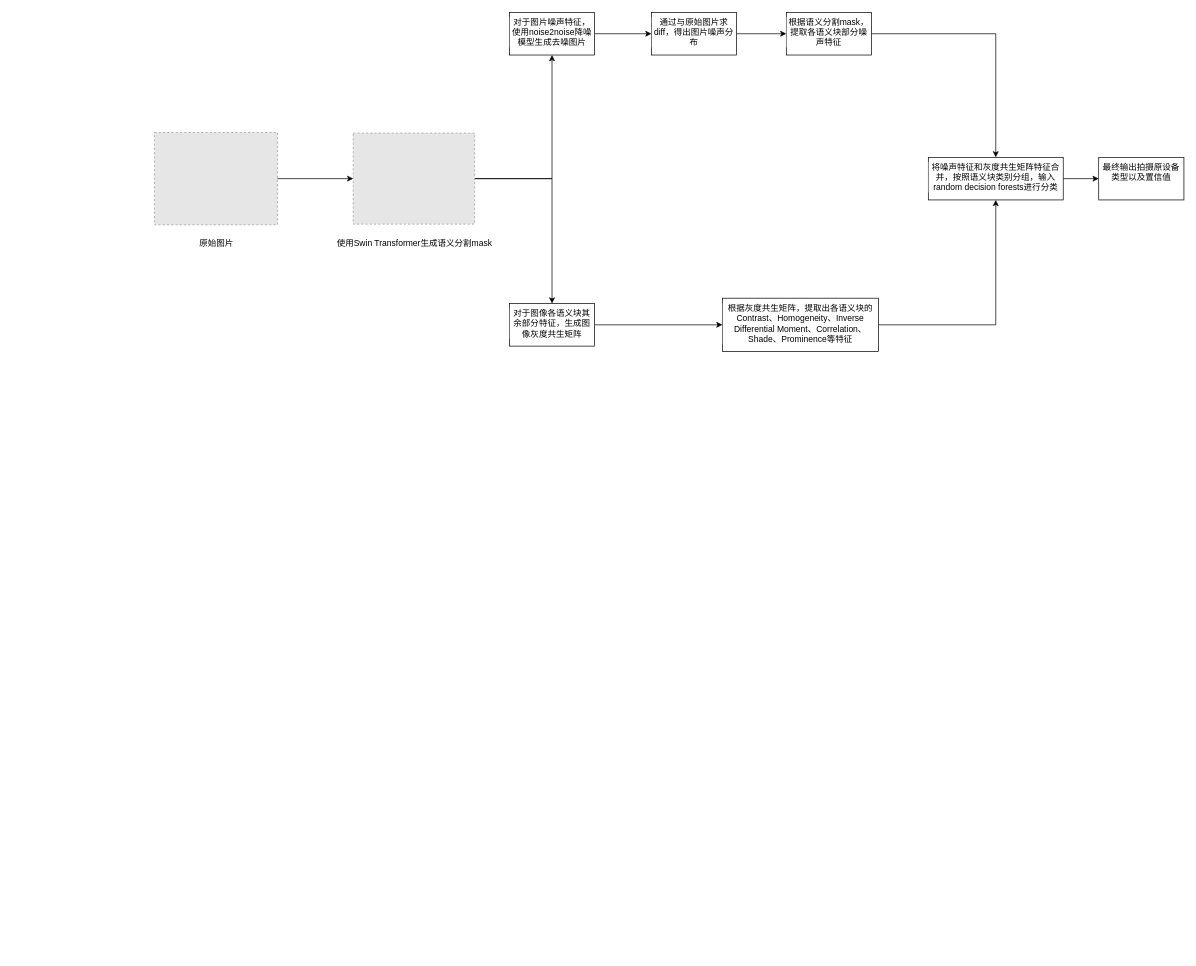
The draw.io diagram 未命名绘图.drawio in ForsakenLi/draw.io, before the edit. Source tidied: cells renumbered, new cells numbered last; positions are measured from the earlier drawing's top-left corner, leaving out a move shared by most shapes. Both pictures are drawn from the tidied source at 71%, with x=0, y=0 at pixel (154, 12). Pictures stored in the file or linked from it are replaced by grey dashed boxes.
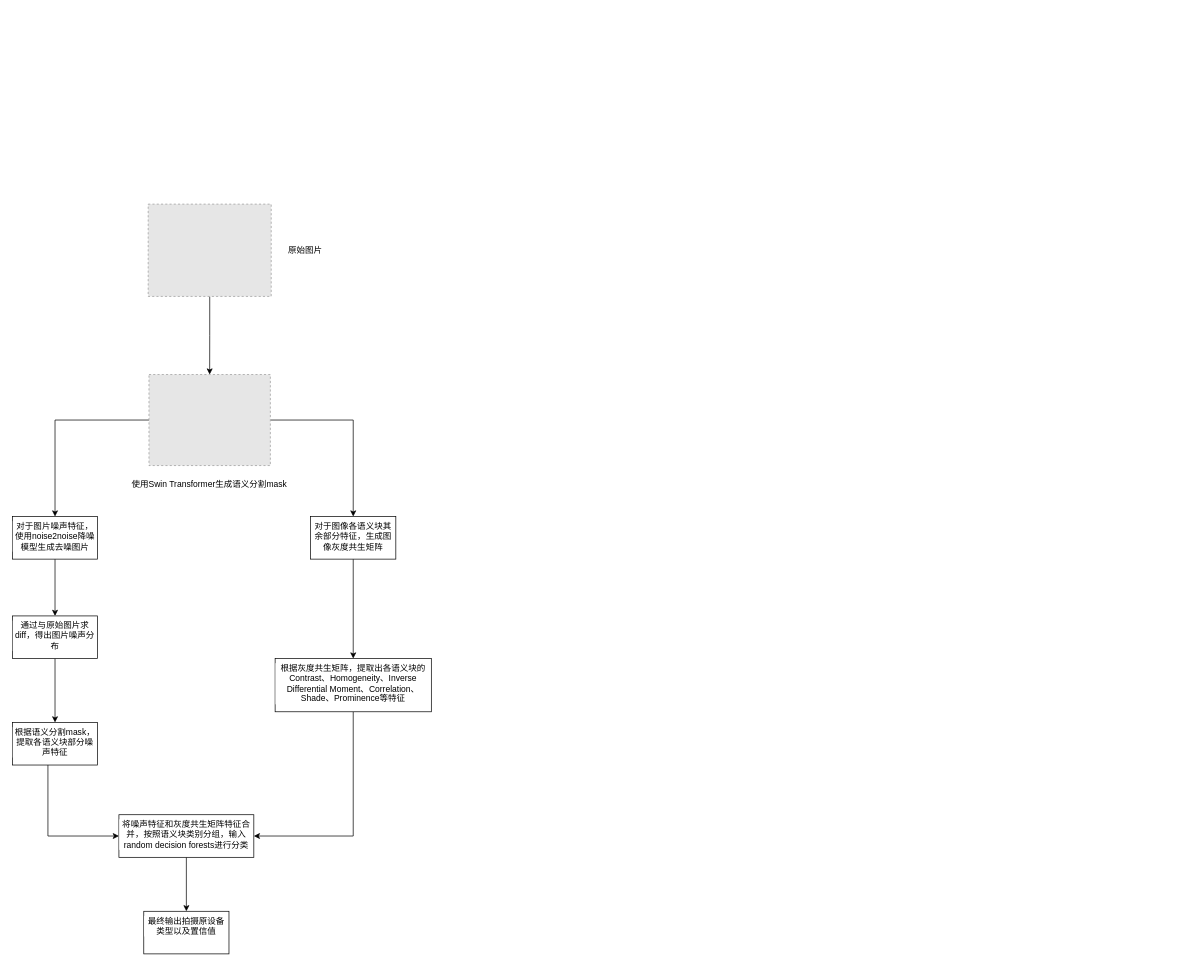
After the change.

Commit message:
更新未命名绘图.drawio

Change to the diagram source:
```diff
@@
+    <mxCell id="8" style="edgeStyle=orthogonalEdgeStyle;rounded=0;jettySize=auto;html=1;" parent="1" edge="1" source="2" target="5">
+      <mxGeometry relative="1" as="geometry" />
+    </mxCell>
     <mxCell id="2" style="fillColor=#E6E6E6;strokeColor=#999999;dashed=1;verticalLabelPosition=bottom;labelBackgroundColor=default;verticalAlign=top;" parent="1" vertex="1">
-      <mxGeometry y="169.1" width="173.3" height="130" as="geometry" />
+      <mxGeometry x="-8.8" y="270" width="173.3" height="130" as="geometry" />
     </mxCell>
@@
     <mxCell id="5" style="fillColor=#E6E6E6;strokeColor=#999999;dashed=1;verticalLabelPosition=bottom;labelBackgroundColor=default;verticalAlign=top;" parent="1" vertex="1">
-      <mxGeometry x="280" y="170" width="171" height="128.2" as="geometry" />
+      <mxGeometry x="-7.7" y="510" width="171" height="128.2" as="geometry" />
     </mxCell>
     <mxCell id="6" value="原始图片" style="text;html=1;align=center;verticalAlign=middle;strokeColor=none;fillColor=none;" parent="1" vertex="1">
-      <mxGeometry x="51.7" y="310" width="70" height="30" as="geometry" />
+      <mxGeometry x="176.7" y="320" width="70" height="30" as="geometry" />
     </mxCell>
     <mxCell id="7" value="使用Swin Transformer生成语义分割mask" style="text;html=1;align=center;verticalAlign=middle;strokeColor=none;fillColor=none;" parent="1" vertex="1">
-      <mxGeometry x="245.5" y="310" width="240" height="30" as="geometry" />
+      <mxGeometry x="-43.3" y="650" width="240" height="30" as="geometry" />
     </mxCell>
-    <mxCell id="8" style="endArrow=classic;html=1;rounded=0;exitX=1;exitY=0.5;exitDx=0;exitDy=0;entryX=0;entryY=0.5;entryDx=0;entryDy=0;" parent="1" edge="1" source="2" target="5">
-      <mxGeometry relative="1" as="geometry" />
-    </mxCell>
@@
     <mxCell id="10" value="对于图片噪声特征，使用noise2noise降噪模型生成去噪图片" style="whiteSpace=wrap;html=1;verticalAlign=top;labelBackgroundColor=default;" parent="1" vertex="1">
-      <mxGeometry x="500" width="120" height="60" as="geometry" />
+      <mxGeometry x="-200" y="710" width="120" height="60" as="geometry" />
     </mxCell>
@@
     <mxCell id="12" value="通过与原始图片求diff，得出图片噪声分布" style="whiteSpace=wrap;html=1;verticalAlign=top;labelBackgroundColor=default;" parent="1" vertex="1">
-      <mxGeometry x="700" width="120" height="60" as="geometry" />
+      <mxGeometry x="-200" y="850" width="120" height="60" as="geometry" />
     </mxCell>
-    <mxCell id="13" style="edgeStyle=orthogonalEdgeStyle;rounded=0;jettySize=auto;html=1;exitX=1;exitY=0.5;exitDx=0;exitDy=0;entryX=0.5;entryY=0;entryDx=0;entryDy=0;" parent="1" edge="1" source="14" target="20">
-      <mxGeometry relative="1" as="geometry" />
+    <mxCell id="13" style="edgeStyle=orthogonalEdgeStyle;rounded=0;jettySize=auto;html=1;entryX=0;entryY=0.5;entryDx=0;entryDy=0;" parent="1" edge="1" source="14" target="20">
+      <mxGeometry relative="1" as="geometry">
+        <Array as="points">
+          <mxPoint x="-150" y="1160" />
+        </Array>
+      </mxGeometry>
     </mxCell>
     <mxCell id="14" value="根据语义分割mask，提取各语义块部分噪声特征" style="whiteSpace=wrap;html=1;verticalAlign=top;labelBackgroundColor=default;" parent="1" vertex="1">
-      <mxGeometry x="890" width="120" height="60" as="geometry" />
+      <mxGeometry x="-200" y="1000" width="120" height="60" as="geometry" />
     </mxCell>
@@
     <mxCell id="16" value="对于图像各语义块其余部分特征，生成图像灰度共生矩阵" style="whiteSpace=wrap;html=1;verticalAlign=top;labelBackgroundColor=default;" parent="1" vertex="1">
-      <mxGeometry x="500" y="410" width="120" height="60" as="geometry" />
+      <mxGeometry x="220" y="710" width="120" height="60" as="geometry" />
     </mxCell>
-    <mxCell id="17" style="edgeStyle=orthogonalEdgeStyle;rounded=0;jettySize=auto;html=1;" parent="1" edge="1" source="18" target="20">
-      <mxGeometry relative="1" as="geometry" />
+    <mxCell id="17" style="edgeStyle=orthogonalEdgeStyle;rounded=0;jettySize=auto;html=1;entryX=1;entryY=0.5;entryDx=0;entryDy=0;" parent="1" edge="1" source="18" target="20">
+      <mxGeometry relative="1" as="geometry">
+        <Array as="points">
+          <mxPoint x="280" y="1160" />
+        </Array>
+      </mxGeometry>
     </mxCell>
     <mxCell id="18" value="根据灰度共生矩阵，提取出各语义块的Contrast、Homogeneity、Inverse Differential Moment、Correlation、Shade、Prominence等特征" style="whiteSpace=wrap;html=1;verticalAlign=top;labelBackgroundColor=default;" parent="1" vertex="1">
-      <mxGeometry x="800" y="402.5" width="220" height="75" as="geometry" />
+      <mxGeometry x="170" y="910" width="220" height="75" as="geometry" />
     </mxCell>
-    <mxCell id="19" style="edgeStyle=orthogonalEdgeStyle;rounded=0;jettySize=auto;html=1;exitX=1;exitY=0.5;exitDx=0;exitDy=0;" parent="1" edge="1" source="20" target="21">
+    <mxCell id="19" style="edgeStyle=orthogonalEdgeStyle;rounded=0;jettySize=auto;html=1;" parent="1" edge="1" source="20" target="21">
       <mxGeometry relative="1" as="geometry" />
     </mxCell>
     <mxCell id="20" value="将噪声特征和灰度共生矩阵特征合并，按照语义块类别分组，输入random decision forests进行分类" style="whiteSpace=wrap;html=1;verticalAlign=top;labelBackgroundColor=default;" parent="1" vertex="1">
-      <mxGeometry x="1090" y="204.1" width="190" height="60" as="geometry" />
+      <mxGeometry x="-50" y="1130" width="190" height="60" as="geometry" />
     </mxCell>
     <mxCell id="21" value="最终输出拍摄原设备类型以及置信值" style="whiteSpace=wrap;html=1;verticalAlign=top;labelBackgroundColor=default;" parent="1" vertex="1">
-      <mxGeometry x="1330" y="204.1" width="120" height="60" as="geometry" />
+      <mxGeometry x="-15" y="1266" width="120" height="60" as="geometry" />
     </mxCell>
```
